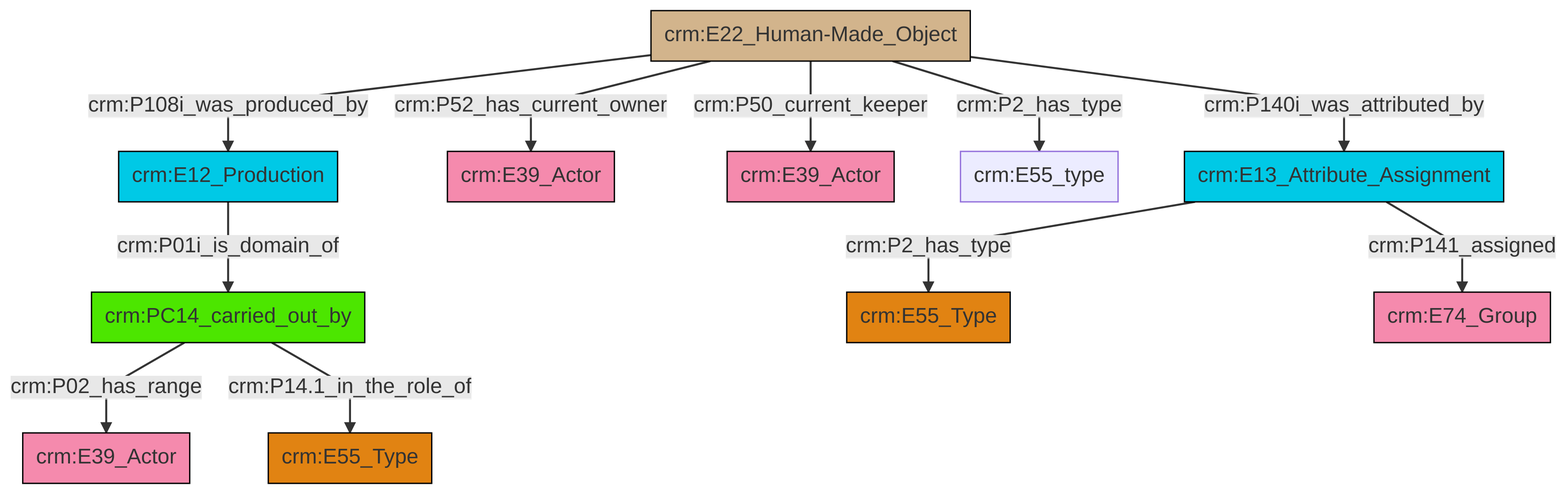
Above: et/artworkCSV/ttl/mmd/png/Artwork_Actor_Relations.png in swiss-art-research-net/docs.swissartresearch (Mermaid), before the change. Its source is kept beside it as et/artworkCSV/ttl/mmd/Artwork_Actor_Relations.ttl.mmd.
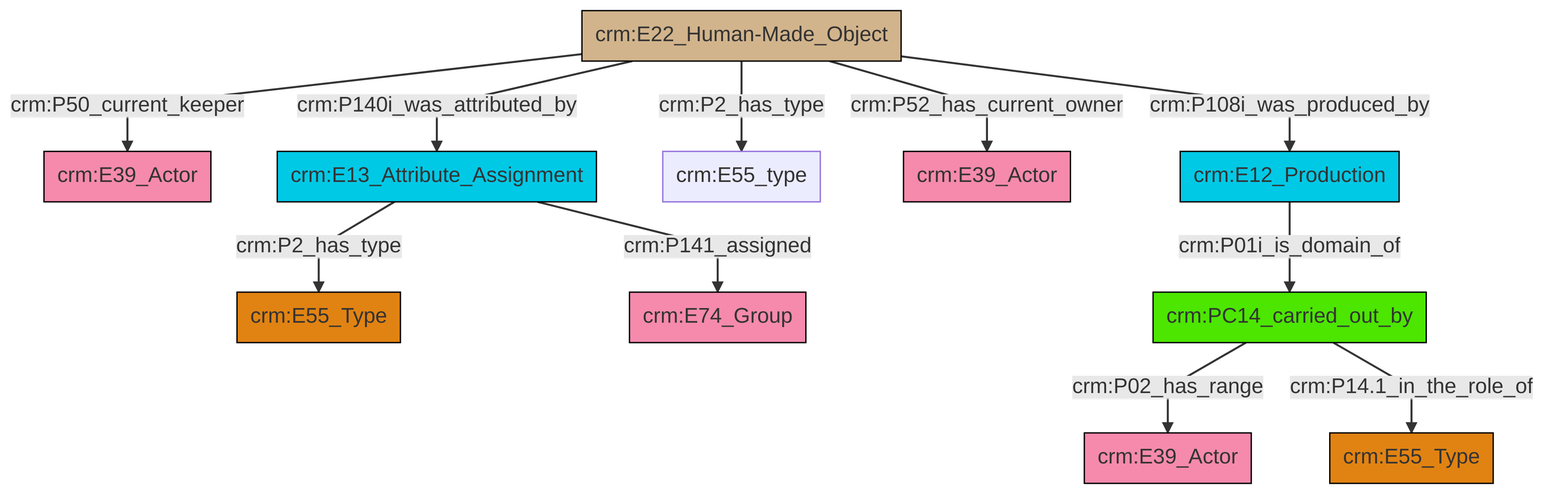
The same diagram one commit later.

Change to the diagram source:
```diff
@@ -13,13 +13,13 @@
 classDef PC_Classes fill:#4ce600, stroke:#000000;
 classDef Multi fill:#cccccc,stroke:#000000;
 
-0["crm:E22_Human-Made_Object"]:::Physical_Thing -->|crm:P108i_was_produced_by| 1["crm:E12_Production"]:::Temporal_Entity
-1["crm:E12_Production"]:::Temporal_Entity -->|crm:P01i_is_domain_of| 6["crm:PC14_carried_out_by"]:::PC_Classes
-0["crm:E22_Human-Made_Object"]:::Physical_Thing -->|crm:P50_current_keeper| 7["crm:E39_Actor"]:::Actor
-6["crm:PC14_carried_out_by"]:::PC_Classes -->|crm:P02_has_range| 2["crm:E39_Actor"]:::Actor
-0["crm:E22_Human-Made_Object"]:::Physical_Thing -->|crm:P2_has_type| 10["crm:E55_type"]:::Default
-14["crm:E13_Attribute_Assignment"]:::Temporal_Entity -->|crm:P2_has_type| 8["crm:E55_Type"]:::Type
-14["crm:E13_Attribute_Assignment"]:::Temporal_Entity -->|crm:P141_assigned| 11["crm:E74_Group"]:::Actor
-6["crm:PC14_carried_out_by"]:::PC_Classes -->|crm:P14.1_in_the_role_of| 16["crm:E55_Type"]:::Type
-0["crm:E22_Human-Made_Object"]:::Physical_Thing -->|crm:P140i_was_attributed_by| 14["crm:E13_Attribute_Assignment"]:::Temporal_Entity
-0["crm:E22_Human-Made_Object"]:::Physical_Thing -->|crm:P52_has_current_owner| 4["crm:E39_Actor"]:::Actor
+2["crm:PC14_carried_out_by"]:::PC_Classes -->|crm:P02_has_range| 3["crm:E39_Actor"]:::Actor
+4["crm:E12_Production"]:::Temporal_Entity -->|crm:P01i_is_domain_of| 2["crm:PC14_carried_out_by"]:::PC_Classes
+5["crm:E13_Attribute_Assignment"]:::Temporal_Entity -->|crm:P2_has_type| 0["crm:E55_Type"]:::Type
+9["crm:E22_Human-Made_Object"]:::Physical_Thing -->|crm:P50_current_keeper| 10["crm:E39_Actor"]:::Actor
+9["crm:E22_Human-Made_Object"]:::Physical_Thing -->|crm:P140i_was_attributed_by| 5["crm:E13_Attribute_Assignment"]:::Temporal_Entity
+2["crm:PC14_carried_out_by"]:::PC_Classes -->|crm:P14.1_in_the_role_of| 11["crm:E55_Type"]:::Type
+9["crm:E22_Human-Made_Object"]:::Physical_Thing -->|crm:P2_has_type| 6["crm:E55_type"]:::Default
+9["crm:E22_Human-Made_Object"]:::Physical_Thing -->|crm:P52_has_current_owner| 18["crm:E39_Actor"]:::Actor
+9["crm:E22_Human-Made_Object"]:::Physical_Thing -->|crm:P108i_was_produced_by| 4["crm:E12_Production"]:::Temporal_Entity
+5["crm:E13_Attribute_Assignment"]:::Temporal_Entity -->|crm:P141_assigned| 13["crm:E74_Group"]:::Actor
```
